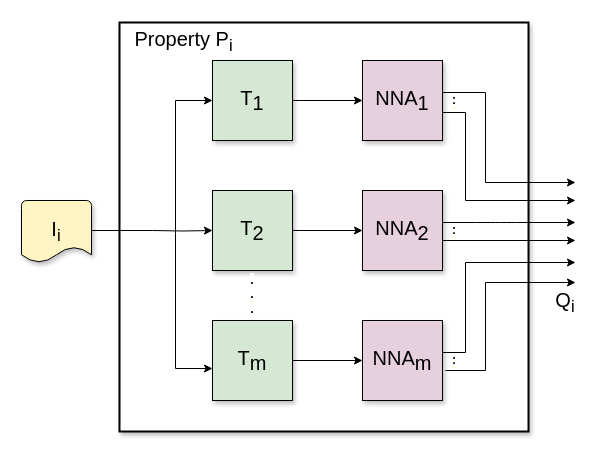
Above: diagrams/property_transforms.drawio in paulwhitten/2021-naecon-xai_methdology_for_handwritten_applications (draw.io), before the change. Source tidied: cells renumbered, new cells numbered last; positions are measured from the earlier drawing's top-left corner, leaving out a move shared by most shapes. Both pictures are drawn from the tidied source at 100%, with x=0, y=0 at pixel (21, 22).
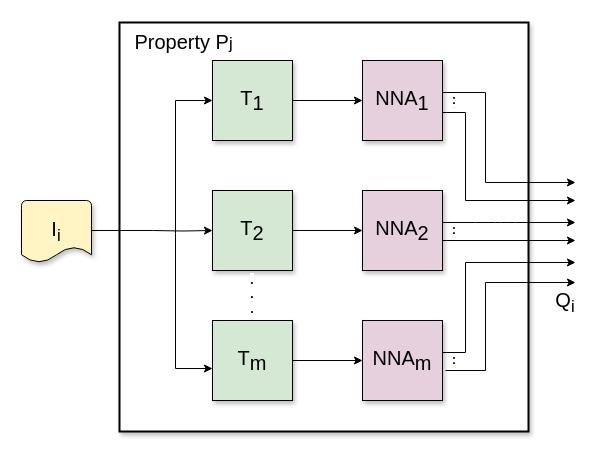
After the change.

Diff of the diagram source:
```diff
@@
-    <mxCell id="6" value="&lt;font style=&quot;font-size: 20px&quot;&gt;Property P&lt;sub&gt;i&lt;/sub&gt;&lt;/font&gt;" style="text;html=1;strokeColor=none;fillColor=none;align=center;verticalAlign=middle;whiteSpace=wrap;rounded=0;" parent="1" vertex="1">
+    <mxCell id="6" value="&lt;font style=&quot;font-size: 20px&quot;&gt;Property P&lt;/font&gt;&lt;font style=&quot;font-size: 16.6667px&quot;&gt;j&lt;/font&gt;" style="text;html=1;strokeColor=none;fillColor=none;align=center;verticalAlign=middle;whiteSpace=wrap;rounded=0;" parent="1" vertex="1">
       <mxGeometry x="106" y="9" width="113" height="20" as="geometry" />
     </mxCell>
```
